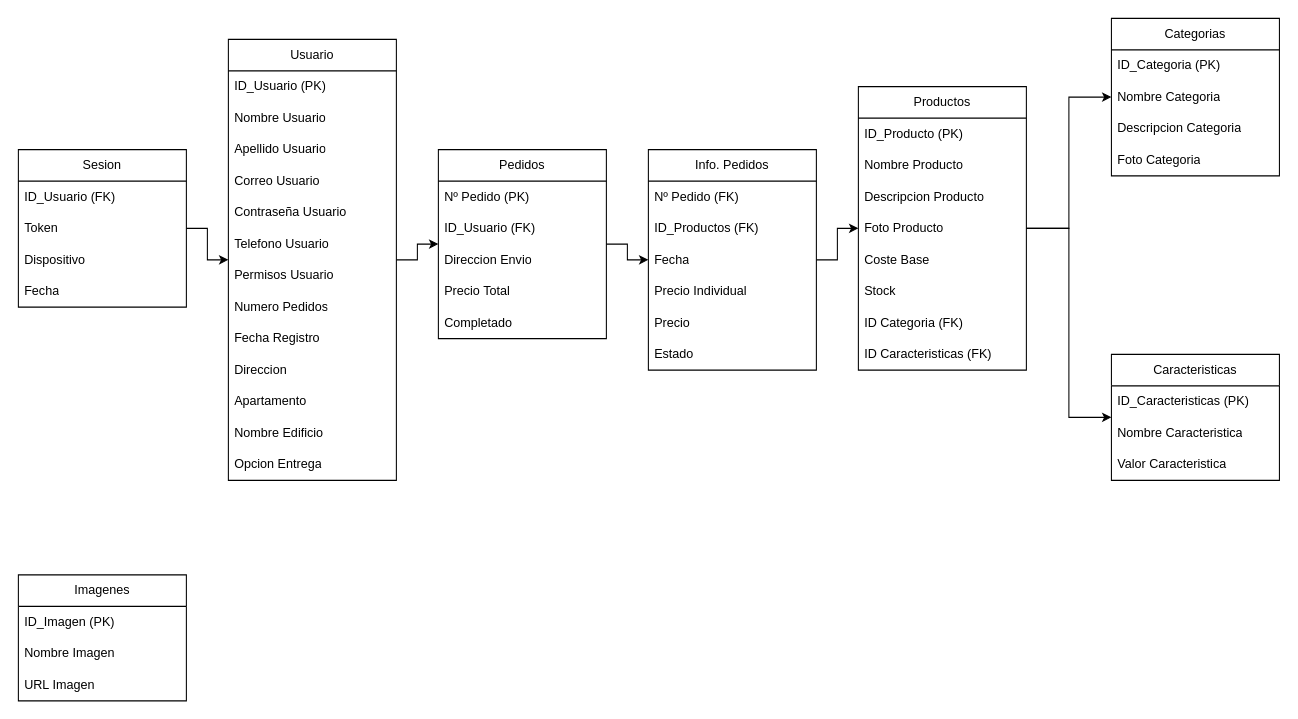
meeeww/tfg_server keeps this draw.io diagram as page "Tabla" (2 of 2) of BBDDTFG.drawio. Above is the earlier version. Source tidied: cells renumbered, new cells numbered last; positions are measured from the earlier drawing's top-left corner, leaving out a move shared by most shapes. Both pictures are drawn from the tidied source at 105%, with x=0, y=0 at pixel (18, 18).
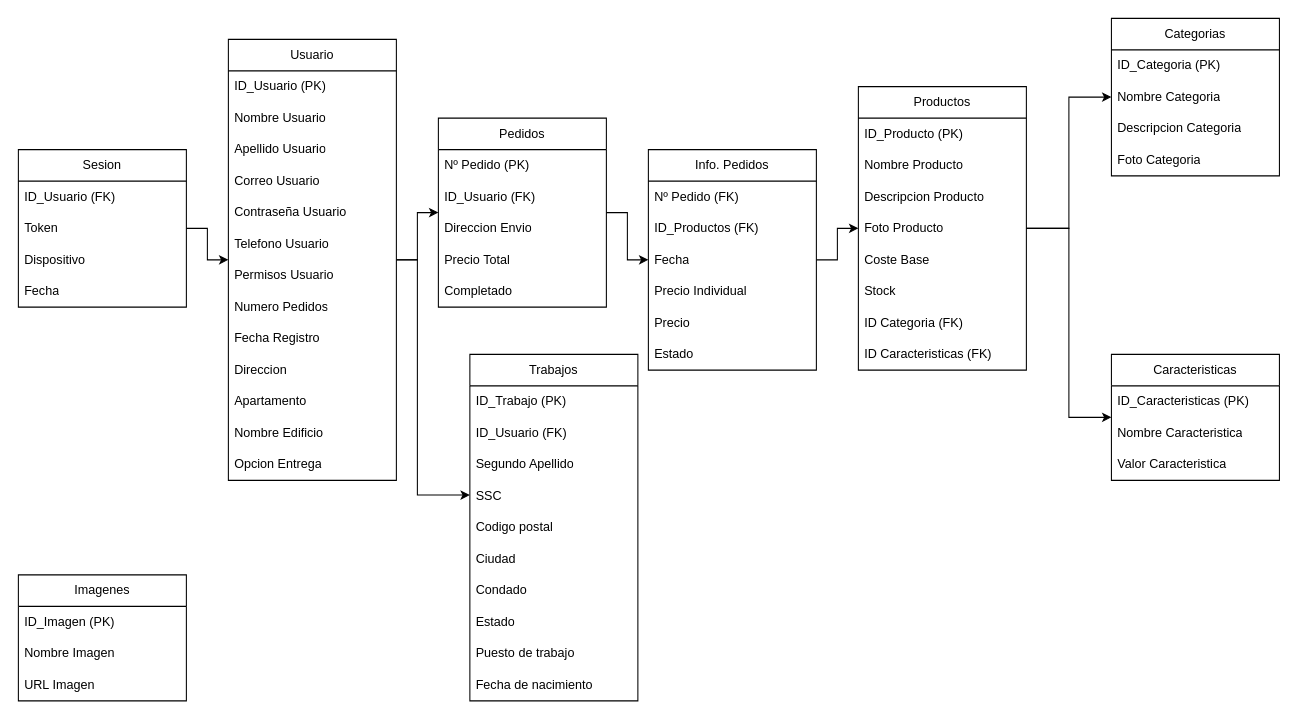
After the change.

Change to the diagram source:
```diff
@@
     <mxCell id="18" value="Pedidos" style="swimlane;fontStyle=0;horizontal=1;startSize=30;whiteSpace=wrap;html=1;" parent="1" vertex="1">
-      <mxGeometry x="400" y="125" width="160" height="180" as="geometry" />
+      <mxGeometry x="400" y="95" width="160" height="180" as="geometry" />
     </mxCell>
@@
+    <mxCell id="62" value="Trabajos" style="swimlane;fontStyle=0;horizontal=1;startSize=30;whiteSpace=wrap;html=1;" parent="1" vertex="1">
+      <mxGeometry x="430" y="320" width="160" height="330" as="geometry" />
+    </mxCell>
+    <mxCell id="63" value="ID_Trabajo (PK)" style="text;strokeColor=none;fillColor=none;align=left;verticalAlign=middle;spacingLeft=4;spacingRight=4;overflow=hidden;whiteSpace=wrap;html=1;" parent="62" vertex="1">
+      <mxGeometry y="30" width="160" height="30" as="geometry" />
+    </mxCell>
+    <mxCell id="64" value="ID_Usuario (FK)" style="text;strokeColor=none;fillColor=none;align=left;verticalAlign=middle;spacingLeft=4;spacingRight=4;overflow=hidden;whiteSpace=wrap;html=1;" parent="62" vertex="1">
+      <mxGeometry y="60" width="160" height="30" as="geometry" />
+    </mxCell>
+    <mxCell id="65" value="Segundo Apellido" style="text;strokeColor=none;fillColor=none;align=left;verticalAlign=middle;spacingLeft=4;spacingRight=4;overflow=hidden;whiteSpace=wrap;html=1;" parent="62" vertex="1">
+      <mxGeometry y="90" width="160" height="30" as="geometry" />
+    </mxCell>
+    <mxCell id="66" value="SSC" style="text;strokeColor=none;fillColor=none;align=left;verticalAlign=middle;spacingLeft=4;spacingRight=4;overflow=hidden;whiteSpace=wrap;html=1;" parent="62" vertex="1">
+      <mxGeometry y="120" width="160" height="30" as="geometry" />
+    </mxCell>
+    <mxCell id="67" value="Codigo postal" style="text;strokeColor=none;fillColor=none;align=left;verticalAlign=middle;spacingLeft=4;spacingRight=4;overflow=hidden;whiteSpace=wrap;html=1;" parent="62" vertex="1">
+      <mxGeometry y="150" width="160" height="30" as="geometry" />
+    </mxCell>
+    <mxCell id="68" value="Ciudad" style="text;strokeColor=none;fillColor=none;align=left;verticalAlign=middle;spacingLeft=4;spacingRight=4;overflow=hidden;whiteSpace=wrap;html=1;" parent="62" vertex="1">
+      <mxGeometry y="180" width="160" height="30" as="geometry" />
+    </mxCell>
+    <mxCell id="69" value="Condado" style="text;strokeColor=none;fillColor=none;align=left;verticalAlign=middle;spacingLeft=4;spacingRight=4;overflow=hidden;whiteSpace=wrap;html=1;" parent="62" vertex="1">
+      <mxGeometry y="210" width="160" height="30" as="geometry" />
+    </mxCell>
+    <mxCell id="70" value="Estado" style="text;strokeColor=none;fillColor=none;align=left;verticalAlign=middle;spacingLeft=4;spacingRight=4;overflow=hidden;whiteSpace=wrap;html=1;" parent="62" vertex="1">
+      <mxGeometry y="240" width="160" height="30" as="geometry" />
+    </mxCell>
+    <mxCell id="71" value="Puesto de trabajo" style="text;strokeColor=none;fillColor=none;align=left;verticalAlign=middle;spacingLeft=4;spacingRight=4;overflow=hidden;whiteSpace=wrap;html=1;" parent="62" vertex="1">
+      <mxGeometry y="270" width="160" height="30" as="geometry" />
+    </mxCell>
+    <mxCell id="72" value="Fecha de nacimiento" style="text;strokeColor=none;fillColor=none;align=left;verticalAlign=middle;spacingLeft=4;spacingRight=4;overflow=hidden;whiteSpace=wrap;html=1;" parent="62" vertex="1">
+      <mxGeometry y="300" width="160" height="30" as="geometry" />
+    </mxCell>
+    <mxCell id="73" style="edgeStyle=orthogonalEdgeStyle;rounded=0;orthogonalLoop=1;jettySize=auto;html=1;entryX=0;entryY=0.5;entryDx=0;entryDy=0;exitX=1.002;exitY=0.026;exitDx=0;exitDy=0;exitPerimeter=0;" parent="1" edge="1">
+      <mxGeometry relative="1" as="geometry">
+        <mxPoint x="360.3" y="229.8" as="sourcePoint" />
+        <mxPoint x="430" y="454" as="targetPoint" />
+        <Array as="points">
+          <mxPoint x="380" y="230" />
+          <mxPoint x="380" y="454" />
+        </Array>
+      </mxGeometry>
+    </mxCell>
```
